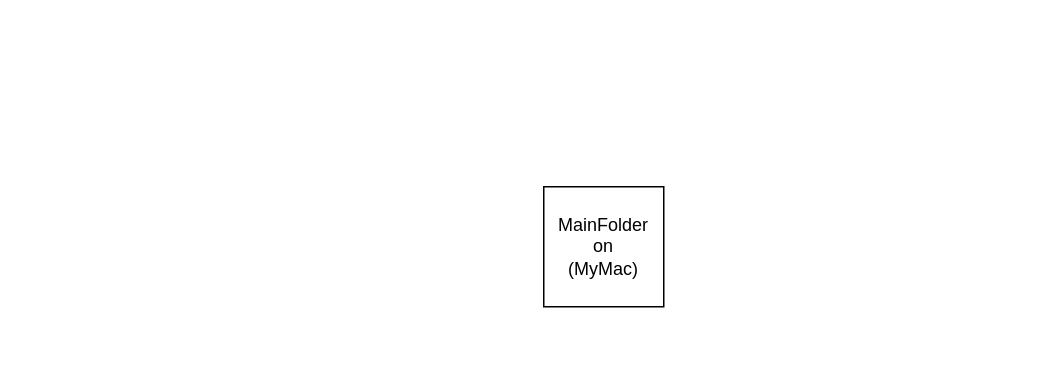
The draw.io diagram FacebookReelsAutomation.drawio in seongkah/draw.io, before the edit. Source tidied: cells renumbered, new cells numbered last; positions are measured from the earlier drawing's top-left corner, leaving out a move shared by most shapes. Both pictures are drawn from the tidied source at 150%, with x=0, y=0 at pixel (543, 186).
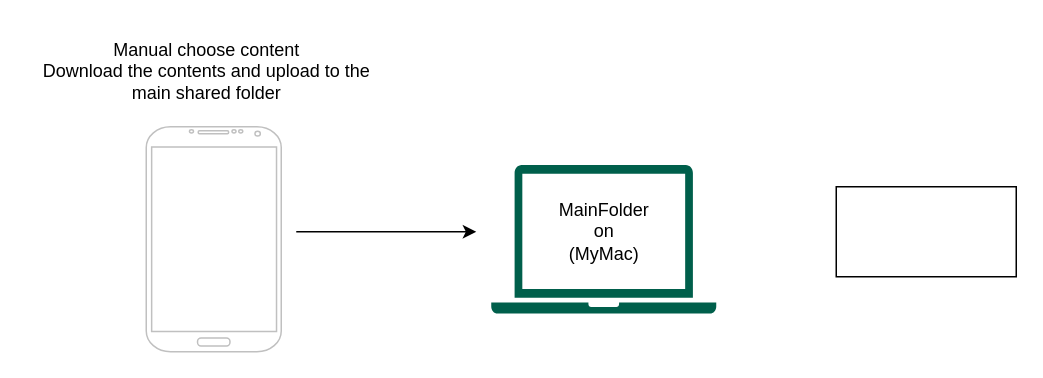
Above is the later version.

Change to the diagram source:
```diff
@@
 <mxGraphModel>
   <root>
     <mxCell id="0" />
     <mxCell id="1" parent="0" />
+    <mxCell id="3" style="verticalLabelPosition=bottom;verticalAlign=top;html=1;shadow=0;dashed=0;strokeWidth=1;shape=mxgraph.android.phone2;strokeColor=#c0c0c0;" parent="1" vertex="1">
+      <mxGeometry x="-265" y="-40" width="90" height="150" as="geometry" />
+    </mxCell>
+    <mxCell id="4" style="endArrow=classic;html=1;rounded=0;" parent="1" edge="1">
+      <mxGeometry relative="1" as="geometry">
+        <mxPoint x="-165" y="30" as="sourcePoint" />
+        <mxPoint x="-45" y="30" as="targetPoint" />
+      </mxGeometry>
+    </mxCell>
+    <mxCell id="5" value="Manual choose content&lt;br&gt;Download the contents and upload to the&lt;br&gt;main shared folder" style="text;html=1;align=center;verticalAlign=middle;strokeColor=none;fillColor=none;" parent="1" vertex="1">
+      <mxGeometry x="-345" y="-107" width="240" height="60" as="geometry" />
+    </mxCell>
+    <mxCell id="6" style="sketch=0;shadow=0;dashed=0;html=1;strokeColor=none;fillColor=#005F4B;labelPosition=center;verticalLabelPosition=bottom;verticalAlign=top;align=center;shape=mxgraph.veeam2.laptop;" parent="1" vertex="1">
+      <mxGeometry x="-35" y="-14.5" width="150" height="99" as="geometry" />
+    </mxCell>
-    <mxCell id="2" value="MainFolder&lt;br&gt;on&lt;br&gt;(MyMac)" style="rounded=0;whiteSpace=wrap;html=1;" parent="1" vertex="1">
-      <mxGeometry width="80" height="80" as="geometry" />
+    <mxCell id="2" value="&lt;span style=&quot;text-wrap: wrap;&quot;&gt;MainFolder&lt;/span&gt;&lt;br style=&quot;text-wrap: wrap;&quot;&gt;&lt;span style=&quot;text-wrap: wrap;&quot;&gt;on&lt;/span&gt;&lt;br style=&quot;text-wrap: wrap;&quot;&gt;&lt;span style=&quot;text-wrap: wrap;&quot;&gt;(MyMac)&lt;/span&gt;" style="text;html=1;align=center;verticalAlign=middle;strokeColor=none;fillColor=none;" parent="1" vertex="1">
+      <mxGeometry width="80" height="60" as="geometry" />
     </mxCell>
+    <mxCell id="7" style="rounded=0;whiteSpace=wrap;html=1;" parent="1" vertex="1">
+      <mxGeometry x="195" width="120" height="60" as="geometry" />
+    </mxCell>
   </root>
 </mxGraphModel>
```
